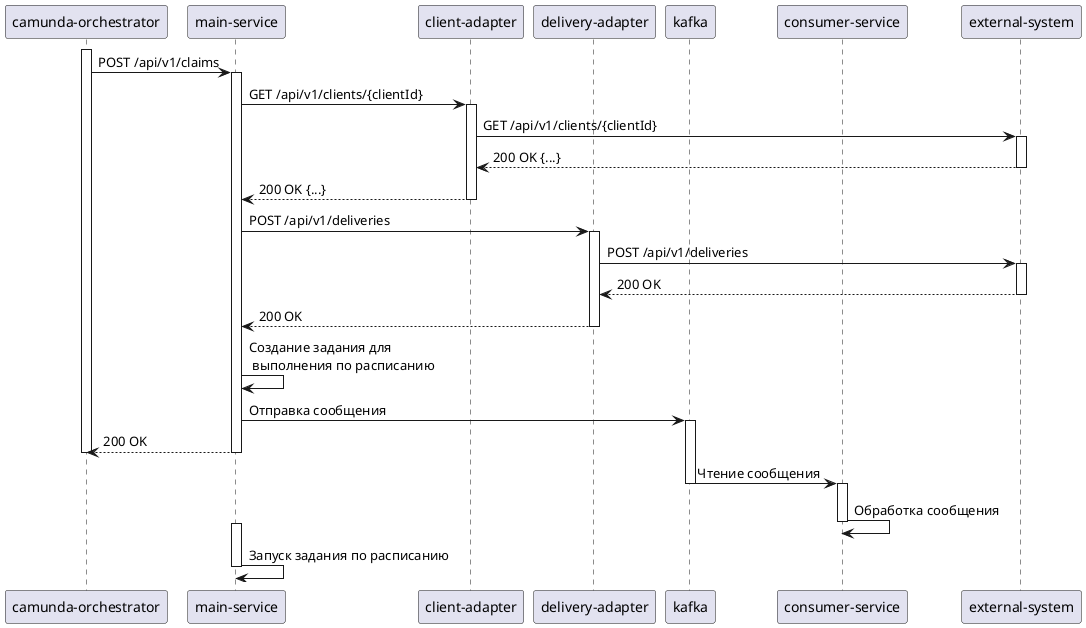
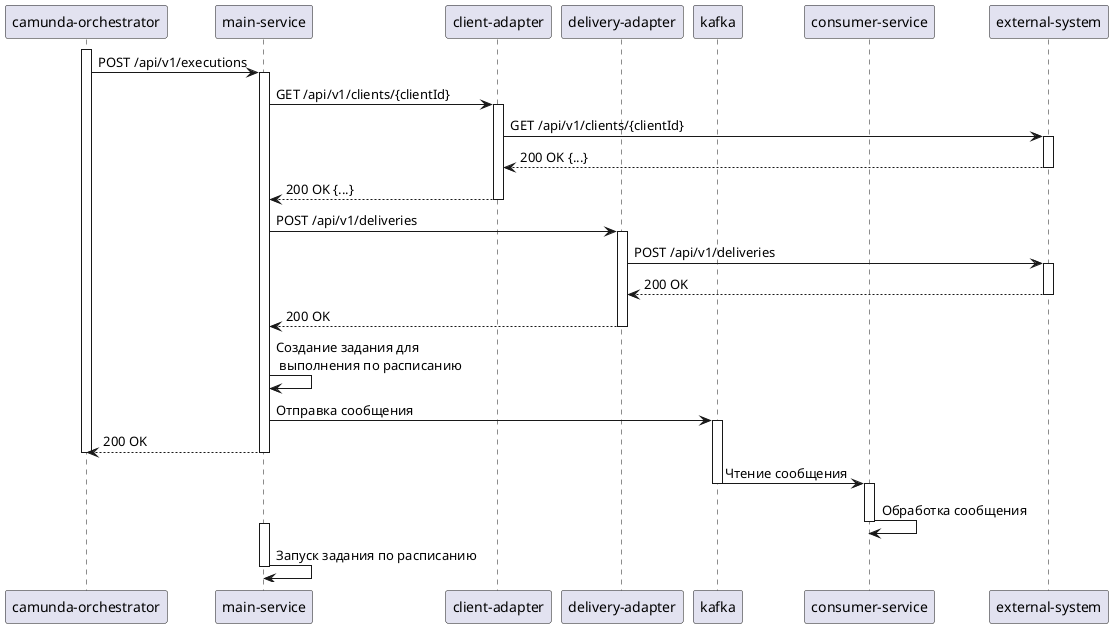
@startuml
participant "camunda-orchestrator" as camundaOrchestrator
participant "main-service" as mainService
participant "client-adapter" as clientAdapter
participant "delivery-adapter" as deliveryAdapter
participant "kafka" as kafka
participant "consumer-service" as consumerService
participant "external-system" as externalSystem

activate camundaOrchestrator
- camundaOrchestrator -> mainService : POST /api/v1/claims
+ camundaOrchestrator -> mainService : POST /api/v1/executions
  activate mainService
  mainService -> clientAdapter: GET /api/v1/clients/{clientId}
    activate clientAdapter
    clientAdapter -> externalSystem: GET /api/v1/clients/{clientId}
      activate externalSystem
      externalSystem --> clientAdapter: 200 OK {...}
    deactivate externalSystem
    clientAdapter --> mainService: 200 OK {...}
  deactivate clientAdapter
  mainService -> deliveryAdapter: POST /api/v1/deliveries
    activate deliveryAdapter
    deliveryAdapter -> externalSystem: POST /api/v1/deliveries
      activate externalSystem
      externalSystem --> deliveryAdapter: 200 OK
      deactivate externalSystem
    deliveryAdapter --> mainService: 200 OK
    deactivate deliveryAdapter
  mainService -> mainService: Создание задания для\n выполнения по расписанию
  mainService -> kafka: Отправка сообщения
    activate kafka
  mainService --> camundaOrchestrator: 200 OK
  deactivate mainService
deactivate camundaOrchestrator
    kafka -> consumerService: Чтение сообщения
    deactivate kafka
activate consumerService
consumerService -> consumerService: Обработка сообщения
deactivate consumerService

activate mainService
mainService -> mainService: Запуск задания по расписанию
deactivate mainService

@enduml